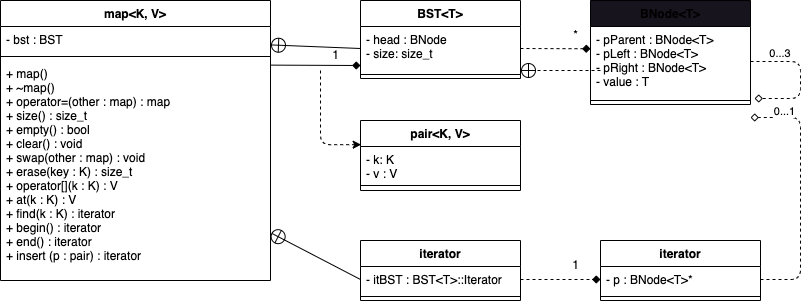
The draw.io diagram doc/class_diagram.drawio.png in MarshallMathers1313/map, before a commit. Source tidied: cells renumbered, new cells last; positions are measured from the earlier drawing's top-left corner, leaving out a move shared by most shapes.
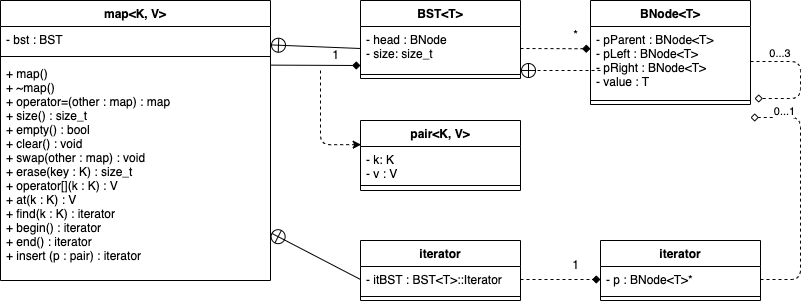
After the change.

Commit message:
Update class diagram.

Diff of the diagram source:
```diff
@@ -60,7 +60,7 @@
         <mxPoint x="320" y="70" as="sourcePoint" />
       </mxGeometry>
     </mxCell>
-    <mxCell id="20" value="BNode&lt;T&gt;" style="swimlane;fontStyle=1;align=center;verticalAlign=top;horizontal=1;startSize=26;fillColor=rgb(24, 20, 29);" parent="1" vertex="1">
+    <mxCell id="20" value="BNode&lt;T&gt;" style="swimlane;fontStyle=1;align=center;verticalAlign=top;horizontal=1;startSize=26;fillColor=#FFFFFF;fontColor=#000000;" parent="1" vertex="1">
       <mxGeometry x="590" width="160" height="104" as="geometry" />
     </mxCell>
     <mxCell id="21" value="- pParent : BNode&lt;T&gt;&#10;- pLeft : BNode&lt;T&gt;&#10;- pRight : BNode&lt;T&gt;&#10;- value : T" style="text;strokeColor=none;fillColor=none;align=left;verticalAlign=top;spacingLeft=4;spacingRight=4;overflow=hidden;points=[[0,0.5],[1,0.5]];portConstraint=eastwest;" parent="20" vertex="1">
```
